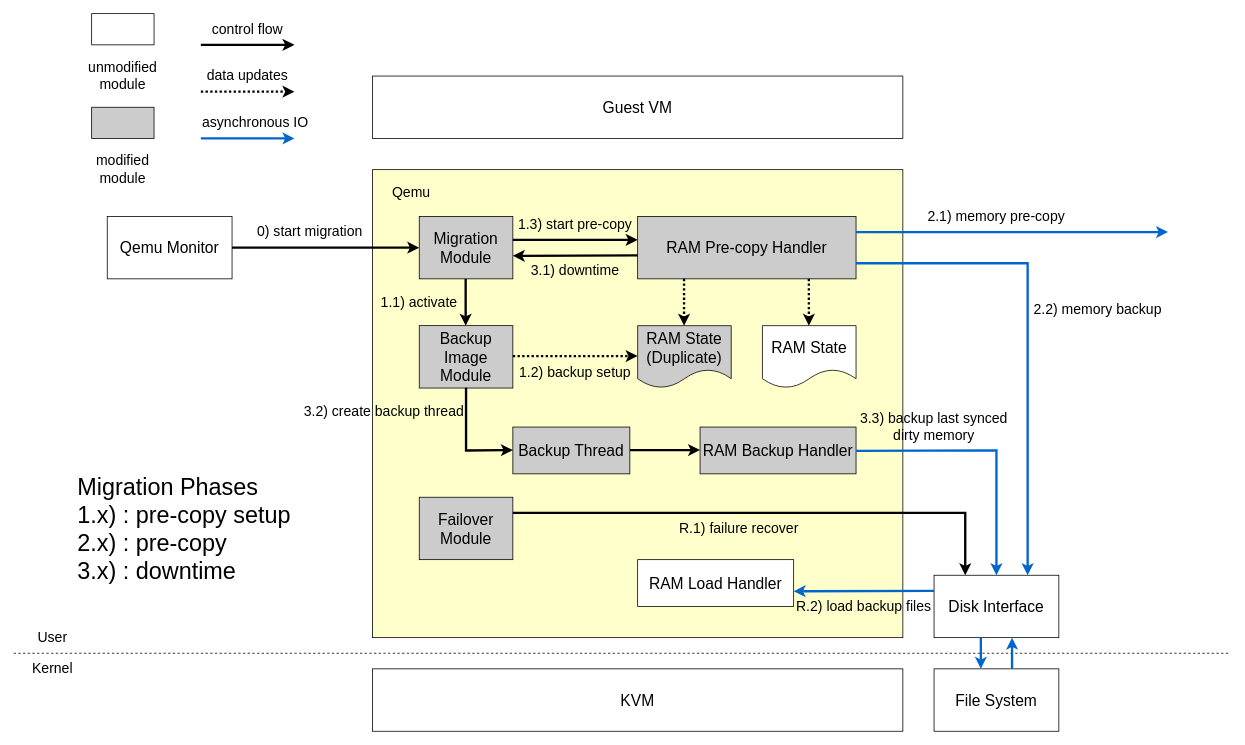
xuyizhe1999/drawio keeps this draw.io diagram as final/architecture source host.drawio. Above is the earlier version. Source tidied: cells renumbered, new cells numbered last; positions are measured from the earlier drawing's top-left corner, leaving out a move shared by most shapes. Both pictures are drawn from the tidied source at 78%, with x=0, y=0 at pixel (13, 13).
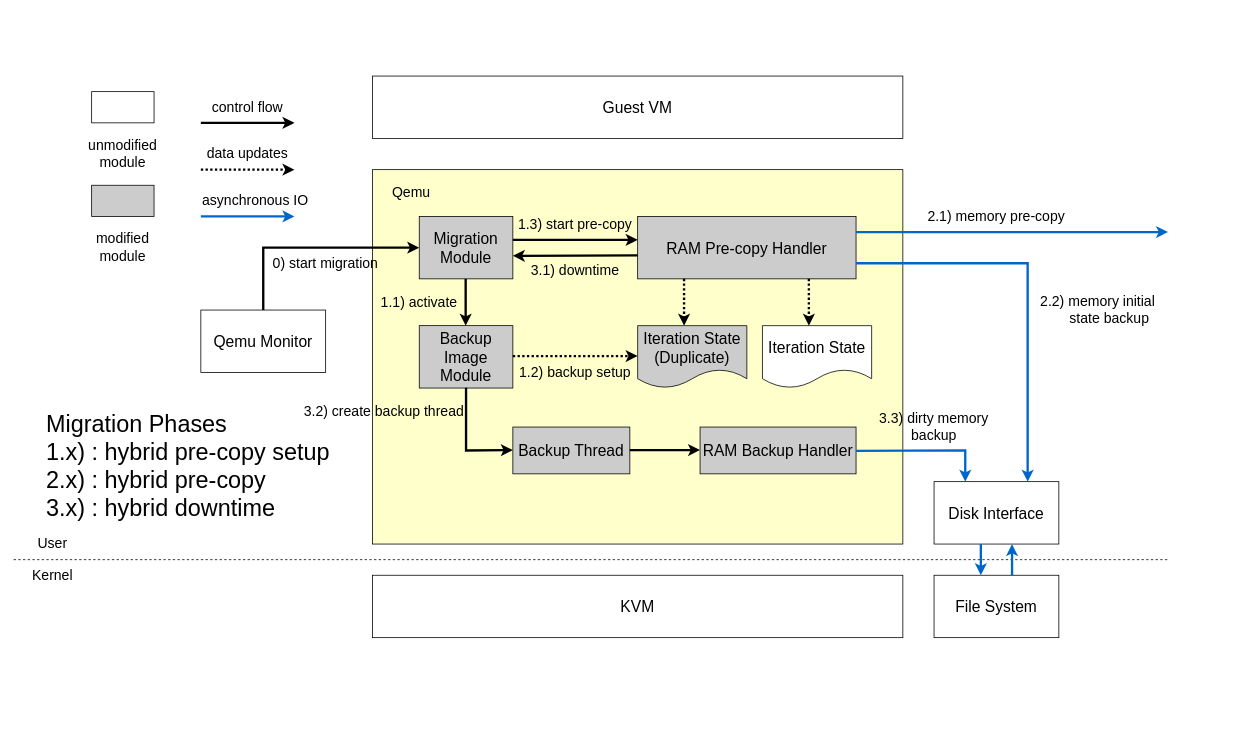
The same page after the edit.

The edit, as a diff of the source:
```diff
@@
     <mxCell id="3" style="rounded=0;whiteSpace=wrap;html=1;fillColor=#FFFFCC;" parent="1" vertex="1">
-      <mxGeometry x="460" y="200" width="680" height="600" as="geometry" />
+      <mxGeometry x="460" y="200" width="680" height="480" as="geometry" />
     </mxCell>
@@
-    <mxCell id="7" value="&lt;font style=&quot;font-size: 20px;&quot;&gt;Failover&lt;br style=&quot;font-size: 20px;&quot;&gt;Module&lt;/font&gt;" style="rounded=0;whiteSpace=wrap;html=1;fillColor=#CCCCCC;fontSize=20;" parent="1" vertex="1">
-      <mxGeometry x="520" y="620" width="120" height="80" as="geometry" />
-    </mxCell>
-    <mxCell id="8" value="&lt;font style=&quot;font-size: 20px;&quot;&gt;RAM Load Handler&lt;/font&gt;" style="rounded=0;whiteSpace=wrap;html=1;fillColor=#FFFFFF;fontSize=20;" parent="1" vertex="1">
-      <mxGeometry x="800" y="700" width="200" height="60" as="geometry" />
-    </mxCell>
     <mxCell id="9" style="endArrow=none;dashed=1;html=1;rounded=0;" parent="1" edge="1">
       <mxGeometry relative="1" as="geometry">
-        <mxPoint y="820" as="sourcePoint" />
-        <mxPoint x="1560" y="820" as="targetPoint" />
+        <mxPoint y="700" as="sourcePoint" />
+        <mxPoint x="1480" y="700" as="targetPoint" />
       </mxGeometry>
     </mxCell>
     <mxCell id="10" value="&lt;font style=&quot;font-size: 18px;&quot;&gt;User&lt;/font&gt;" style="text;html=1;strokeColor=none;fillColor=none;align=center;verticalAlign=middle;whiteSpace=wrap;rounded=0;" parent="1" vertex="1">
-      <mxGeometry y="780" width="100" height="40" as="geometry" />
+      <mxGeometry y="660" width="100" height="40" as="geometry" />
     </mxCell>
     <mxCell id="11" value="&lt;font style=&quot;font-size: 18px;&quot;&gt;Kernel&lt;/font&gt;" style="text;html=1;strokeColor=none;fillColor=none;align=center;verticalAlign=middle;whiteSpace=wrap;rounded=0;" parent="1" vertex="1">
-      <mxGeometry y="820" width="100" height="40" as="geometry" />
+      <mxGeometry y="700" width="100" height="40" as="geometry" />
     </mxCell>
     <mxCell id="12" value="&lt;font style=&quot;font-size: 20px;&quot;&gt;Qemu Monitor&lt;/font&gt;" style="rounded=0;whiteSpace=wrap;html=1;align=center;" parent="1" vertex="1">
-      <mxGeometry x="120" y="260" width="160" height="80" as="geometry" />
+      <mxGeometry x="240" y="380" width="160" height="80" as="geometry" />
     </mxCell>
     <mxCell id="13" value="&lt;font style=&quot;font-size: 18px;&quot;&gt;0) start migration&lt;/font&gt;" style="text;html=1;strokeColor=none;fillColor=none;align=center;verticalAlign=middle;whiteSpace=wrap;rounded=0;" parent="1" vertex="1">
-      <mxGeometry x="300" y="260" width="160" height="40" as="geometry" />
+      <mxGeometry x="320" y="300" width="160" height="40" as="geometry" />
     </mxCell>
@@
     <mxCell id="18" value="&lt;font style=&quot;font-size: 20px;&quot;&gt;Disk Interface&lt;/font&gt;" style="rounded=0;whiteSpace=wrap;html=1;align=center;fontSize=20;" parent="1" vertex="1">
-      <mxGeometry x="1180" y="720" width="160" height="80" as="geometry" />
+      <mxGeometry x="1180" y="600" width="160" height="80" as="geometry" />
     </mxCell>
-    <mxCell id="19" value="&lt;font style=&quot;font-size: 18px;&quot;&gt;2.2) memory backup&lt;/font&gt;" style="text;html=1;strokeColor=none;fillColor=none;align=center;verticalAlign=middle;whiteSpace=wrap;rounded=0;" parent="1" vertex="1">
+    <mxCell id="19" value="&lt;font style=&quot;font-size: 18px;&quot;&gt;2.2) memory initial&lt;br&gt;&amp;nbsp; &amp;nbsp; &amp;nbsp; state backup&lt;/font&gt;" style="text;html=1;strokeColor=none;fillColor=none;align=center;verticalAlign=middle;whiteSpace=wrap;rounded=0;" parent="1" vertex="1">
       <mxGeometry x="1300" y="360" width="180" height="40" as="geometry" />
     </mxCell>
@@
-    <mxCell id="22" style="endArrow=classic;html=1;rounded=0;strokeWidth=3;strokeColor=#0066CC;" parent="1" edge="1">
+    <mxCell id="22" style="endArrow=classic;html=1;rounded=0;strokeWidth=3;strokeColor=#0066CC;entryX=0.75;entryY=0;entryDx=0;entryDy=0;" parent="1" edge="1" target="18">
       <mxGeometry relative="1" as="geometry">
         <mxPoint x="1080" y="320" as="sourcePoint" />
-        <mxPoint x="1300" y="720" as="targetPoint" />
         <Array as="points">
           <mxPoint x="1300" y="320" />
         </Array>
       </mxGeometry>
     </mxCell>
@@
-    <mxCell id="25" value="&lt;font style=&quot;font-size: 20px;&quot;&gt;RAM State&lt;br style=&quot;font-size: 20px;&quot;&gt;(Duplicate)&lt;br style=&quot;font-size: 20px;&quot;&gt;&lt;/font&gt;" style="shape=document;whiteSpace=wrap;html=1;boundedLbl=1;fillColor=#CCCCCC;fontSize=20;" parent="1" vertex="1">
-      <mxGeometry x="800" y="400" width="120" height="80" as="geometry" />
+    <mxCell id="25" value="&lt;font style=&quot;font-size: 20px;&quot;&gt;Iteration State&lt;br style=&quot;font-size: 20px;&quot;&gt;(Duplicate)&lt;br style=&quot;font-size: 20px;&quot;&gt;&lt;/font&gt;" style="shape=document;whiteSpace=wrap;html=1;boundedLbl=1;fillColor=#CCCCCC;fontSize=20;" parent="1" vertex="1">
+      <mxGeometry x="800" y="400" width="140" height="80" as="geometry" />
     </mxCell>
-    <mxCell id="26" value="&lt;font style=&quot;font-size: 20px;&quot;&gt;RAM State&lt;br style=&quot;font-size: 20px;&quot;&gt;&lt;/font&gt;" style="shape=document;whiteSpace=wrap;html=1;boundedLbl=1;fontSize=20;" parent="1" vertex="1">
-      <mxGeometry x="960" y="400" width="120" height="80" as="geometry" />
+    <mxCell id="26" value="&lt;font style=&quot;font-size: 20px;&quot;&gt;Iteration State&lt;br style=&quot;font-size: 20px;&quot;&gt;&lt;/font&gt;" style="shape=document;whiteSpace=wrap;html=1;boundedLbl=1;fontSize=20;" parent="1" vertex="1">
+      <mxGeometry x="960" y="400" width="140" height="80" as="geometry" />
     </mxCell>
@@
-    <mxCell id="29" style="endArrow=classic;html=1;rounded=0;strokeWidth=3;" parent="1" edge="1">
+    <mxCell id="29" style="endArrow=classic;html=1;rounded=0;strokeWidth=3;exitX=0.5;exitY=0;exitDx=0;exitDy=0;" parent="1" edge="1" source="12">
       <mxGeometry relative="1" as="geometry">
-        <mxPoint x="280" y="300" as="sourcePoint" />
         <mxPoint x="520" y="300" as="targetPoint" />
+        <Array as="points">
+          <mxPoint x="320" y="300" />
+        </Array>
       </mxGeometry>
     </mxCell>
@@
-    <mxCell id="33" style="endArrow=classic;html=1;rounded=0;strokeWidth=3;" parent="1" edge="1">
-      <mxGeometry relative="1" as="geometry">
-        <mxPoint x="640" y="640" as="sourcePoint" />
-        <mxPoint x="1220" y="720" as="targetPoint" />
-        <Array as="points">
-          <mxPoint x="1220" y="640" />
-        </Array>
-      </mxGeometry>
-    </mxCell>
-    <mxCell id="34" style="endArrow=classic;html=1;rounded=0;strokeWidth=3;strokeColor=#0066CC;" parent="1" edge="1">
-      <mxGeometry relative="1" as="geometry">
-        <mxPoint x="1180" y="740" as="sourcePoint" />
-        <mxPoint x="1000" y="740.5" as="targetPoint" />
-      </mxGeometry>
-    </mxCell>
-    <mxCell id="35" value="&lt;font style=&quot;font-size: 18px;&quot;&gt;R.1) failure recover&lt;/font&gt;" style="text;html=1;strokeColor=none;fillColor=none;align=center;verticalAlign=middle;whiteSpace=wrap;rounded=0;" parent="1" vertex="1">
-      <mxGeometry x="840" y="640" width="180" height="40" as="geometry" />
-    </mxCell>
-    <mxCell id="36" value="&lt;font style=&quot;font-size: 18px;&quot;&gt;R.2) load backup files&lt;/font&gt;" style="text;html=1;strokeColor=none;fillColor=none;align=center;verticalAlign=middle;whiteSpace=wrap;rounded=0;" parent="1" vertex="1">
-      <mxGeometry x="1000" y="740" width="180" height="40" as="geometry" />
-    </mxCell>
     <mxCell id="37" value="&lt;font style=&quot;font-size: 20px;&quot;&gt;KVM&lt;/font&gt;" style="rounded=0;whiteSpace=wrap;html=1;" parent="1" vertex="1">
-      <mxGeometry x="460" y="840" width="680" height="80" as="geometry" />
+      <mxGeometry x="460" y="720" width="680" height="80" as="geometry" />
     </mxCell>
     <mxCell id="38" value="&lt;font style=&quot;font-size: 20px;&quot;&gt;File System&lt;/font&gt;" style="rounded=0;whiteSpace=wrap;html=1;" parent="1" vertex="1">
-      <mxGeometry x="1180" y="840" width="160" height="80" as="geometry" />
+      <mxGeometry x="1180" y="720" width="160" height="80" as="geometry" />
     </mxCell>
     <mxCell id="39" style="endArrow=classic;html=1;rounded=0;strokeWidth=3;strokeColor=#0066CC;" parent="1" edge="1">
       <mxGeometry relative="1" as="geometry">
-        <mxPoint x="1240" y="800" as="sourcePoint" />
-        <mxPoint x="1240" y="840" as="targetPoint" />
+        <mxPoint x="1240" y="680" as="sourcePoint" />
+        <mxPoint x="1240" y="720" as="targetPoint" />
       </mxGeometry>
     </mxCell>
     <mxCell id="40" style="endArrow=classic;html=1;rounded=0;strokeWidth=3;strokeColor=#0066CC;" parent="1" edge="1">
       <mxGeometry relative="1" as="geometry">
-        <mxPoint x="1280" y="840" as="sourcePoint" />
-        <mxPoint x="1280" y="800" as="targetPoint" />
+        <mxPoint x="1280" y="720" as="sourcePoint" />
+        <mxPoint x="1280" y="680" as="targetPoint" />
       </mxGeometry>
     </mxCell>
@@
-    <mxCell id="42" style="endArrow=classic;html=1;rounded=0;strokeWidth=3;strokeColor=#0066CC;exitX=0.4;exitY=1.017;exitDx=0;exitDy=0;exitPerimeter=0;" parent="1" edge="1">
+    <mxCell id="42" style="endArrow=classic;html=1;rounded=0;strokeWidth=3;strokeColor=#0066CC;exitX=0.4;exitY=1.017;exitDx=0;exitDy=0;exitPerimeter=0;entryX=0.25;entryY=0;entryDx=0;entryDy=0;" parent="1" edge="1" target="18">
       <mxGeometry relative="1" as="geometry">
         <mxPoint x="1080" y="560.5" as="sourcePoint" />
-        <mxPoint x="1260" y="720" as="targetPoint" />
         <Array as="points">
-          <mxPoint x="1260" y="560" />
+          <mxPoint x="1220" y="560" />
         </Array>
       </mxGeometry>
     </mxCell>
-    <mxCell id="43" value="&lt;font style=&quot;font-size: 18px;&quot;&gt;3.3) backup last synced dirty memory&lt;/font&gt;" style="text;html=1;strokeColor=none;fillColor=none;align=center;verticalAlign=middle;whiteSpace=wrap;rounded=0;" parent="1" vertex="1">
+    <mxCell id="43" value="&lt;font style=&quot;font-size: 18px;&quot;&gt;3.3) dirty memory backup&lt;/font&gt;" style="text;html=1;strokeColor=none;fillColor=none;align=center;verticalAlign=middle;whiteSpace=wrap;rounded=0;" parent="1" vertex="1">
       <mxGeometry x="1080" y="500" width="200" height="60" as="geometry" />
     </mxCell>
@@
     <mxCell id="47" style="endArrow=classic;html=1;rounded=0;strokeWidth=3;" parent="1" edge="1">
       <mxGeometry relative="1" as="geometry">
-        <mxPoint x="240" y="40" as="sourcePoint" />
-        <mxPoint x="360" y="40" as="targetPoint" />
+        <mxPoint x="240" y="140" as="sourcePoint" />
+        <mxPoint x="360" y="140" as="targetPoint" />
       </mxGeometry>
     </mxCell>
     <mxCell id="48" style="endArrow=classic;html=1;rounded=0;strokeWidth=3;strokeColor=#0066CC;" parent="1" edge="1">
       <mxGeometry relative="1" as="geometry">
-        <mxPoint x="240" y="160" as="sourcePoint" />
-        <mxPoint x="360" y="160" as="targetPoint" />
+        <mxPoint x="240" y="260" as="sourcePoint" />
+        <mxPoint x="360" y="260" as="targetPoint" />
       </mxGeometry>
     </mxCell>
     <mxCell id="49" value="&lt;span style=&quot;font-size: 18px;&quot;&gt;control flow&lt;/span&gt;" style="text;html=1;strokeColor=none;fillColor=none;align=center;verticalAlign=middle;whiteSpace=wrap;rounded=0;" parent="1" vertex="1">
-      <mxGeometry x="240" width="120" height="40" as="geometry" />
+      <mxGeometry x="240" y="100" width="120" height="40" as="geometry" />
     </mxCell>
     <mxCell id="50" style="endArrow=classic;html=1;rounded=0;strokeWidth=3;dashed=1;dashPattern=1 1;" parent="1" edge="1">
       <mxGeometry relative="1" as="geometry">
-        <mxPoint x="240" y="100" as="sourcePoint" />
-        <mxPoint x="360" y="100" as="targetPoint" />
+        <mxPoint x="240" y="200" as="sourcePoint" />
+        <mxPoint x="360" y="200" as="targetPoint" />
       </mxGeometry>
     </mxCell>
     <mxCell id="51" value="&lt;span style=&quot;font-size: 18px;&quot;&gt;data updates&lt;/span&gt;" style="text;html=1;strokeColor=none;fillColor=none;align=center;verticalAlign=middle;whiteSpace=wrap;rounded=0;" parent="1" vertex="1">
-      <mxGeometry x="240" y="60" width="120" height="40" as="geometry" />
+      <mxGeometry x="240" y="160" width="120" height="40" as="geometry" />
     </mxCell>
     <mxCell id="52" value="&lt;span style=&quot;font-size: 18px;&quot;&gt;asynchronous IO&lt;/span&gt;" style="text;html=1;strokeColor=none;fillColor=none;align=center;verticalAlign=middle;whiteSpace=wrap;rounded=0;" parent="1" vertex="1">
-      <mxGeometry x="240" y="120" width="140" height="40" as="geometry" />
+      <mxGeometry x="240" y="220" width="140" height="40" as="geometry" />
     </mxCell>
     <mxCell id="53" style="rounded=0;whiteSpace=wrap;html=1;" parent="1" vertex="1">
-      <mxGeometry x="100" width="80" height="40" as="geometry" />
+      <mxGeometry x="100" y="100" width="80" height="40" as="geometry" />
     </mxCell>
     <mxCell id="54" value="&lt;span style=&quot;font-size: 18px;&quot;&gt;unmodified module&lt;/span&gt;" style="text;html=1;strokeColor=none;fillColor=none;align=center;verticalAlign=middle;whiteSpace=wrap;rounded=0;" parent="1" vertex="1">
-      <mxGeometry x="80" y="60" width="120" height="40" as="geometry" />
+      <mxGeometry x="80" y="160" width="120" height="40" as="geometry" />
     </mxCell>
     <mxCell id="55" style="rounded=0;whiteSpace=wrap;html=1;fillColor=#CCCCCC;" parent="1" vertex="1">
-      <mxGeometry x="100" y="120" width="80" height="40" as="geometry" />
+      <mxGeometry x="100" y="220" width="80" height="40" as="geometry" />
     </mxCell>
     <mxCell id="56" value="&lt;span style=&quot;font-size: 18px;&quot;&gt;modified module&lt;/span&gt;" style="text;html=1;strokeColor=none;fillColor=none;align=center;verticalAlign=middle;whiteSpace=wrap;rounded=0;" parent="1" vertex="1">
-      <mxGeometry x="80" y="180" width="120" height="40" as="geometry" />
+      <mxGeometry x="80" y="280" width="120" height="40" as="geometry" />
     </mxCell>
@@
-    <mxCell id="58" value="&lt;font style=&quot;font-size: 30px;&quot;&gt;Migration Phases&lt;br&gt;1.x) : pre-copy setup&lt;br&gt;2.x) : pre-copy&lt;br&gt;3.x) : downtime&lt;br&gt;&lt;/font&gt;" style="text;html=1;strokeColor=none;fillColor=none;align=left;verticalAlign=middle;whiteSpace=wrap;rounded=0;" parent="1" vertex="1">
-      <mxGeometry x="80" y="580" width="300" height="160" as="geometry" />
-    </mxCell>
+    <mxCell id="59" value="&lt;font style=&quot;font-size: 30px;&quot;&gt;Migration Phases&lt;br&gt;1.x) : hybrid pre-copy setup&lt;br&gt;2.x) : hybrid&amp;nbsp;pre-copy&lt;br&gt;3.x) : hybrid downtime&lt;br&gt;&lt;/font&gt;" style="text;html=1;strokeColor=none;fillColor=none;align=left;verticalAlign=middle;whiteSpace=wrap;rounded=0;" parent="1" vertex="1">
+      <mxGeometry x="40" y="500" width="370" height="160" as="geometry" />
+    </mxCell>
```
